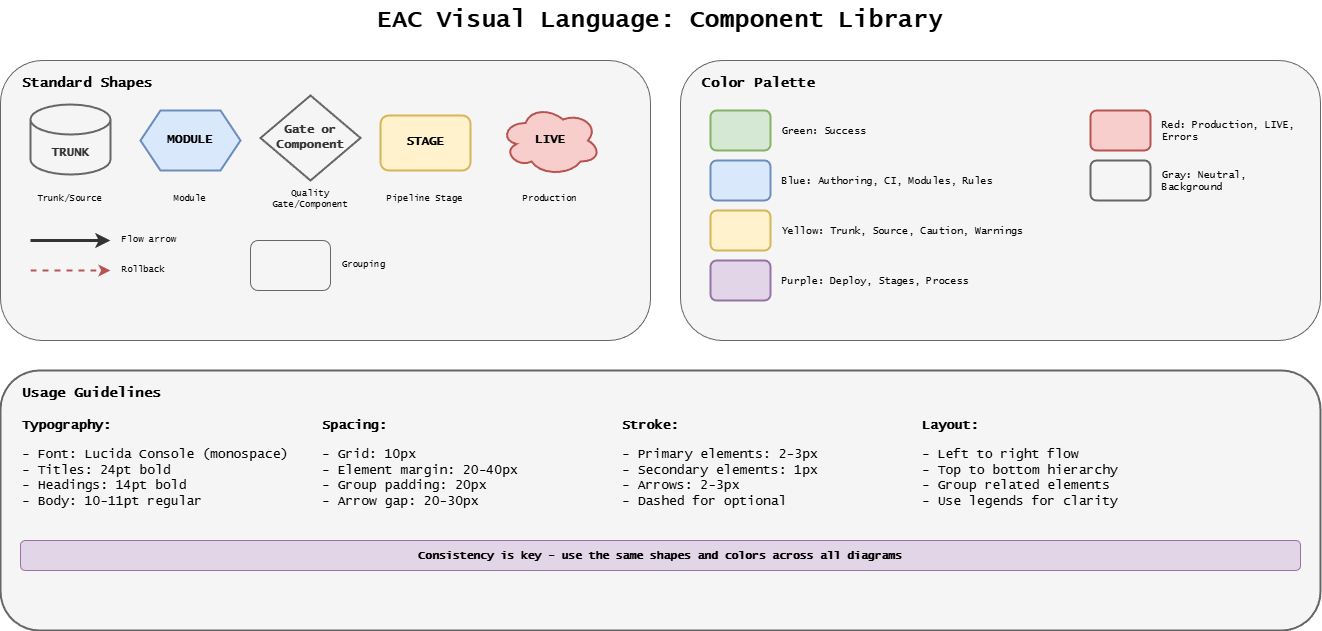
This is docs/assets/assisted/16-eac-visual-language.drawio.png from ready-to-release/eac, a draw.io export, as it was before one commit. Source tidied: cells renumbered, new cells last; positions are measured from the earlier drawing's top-left corner, leaving out a move shared by most shapes.
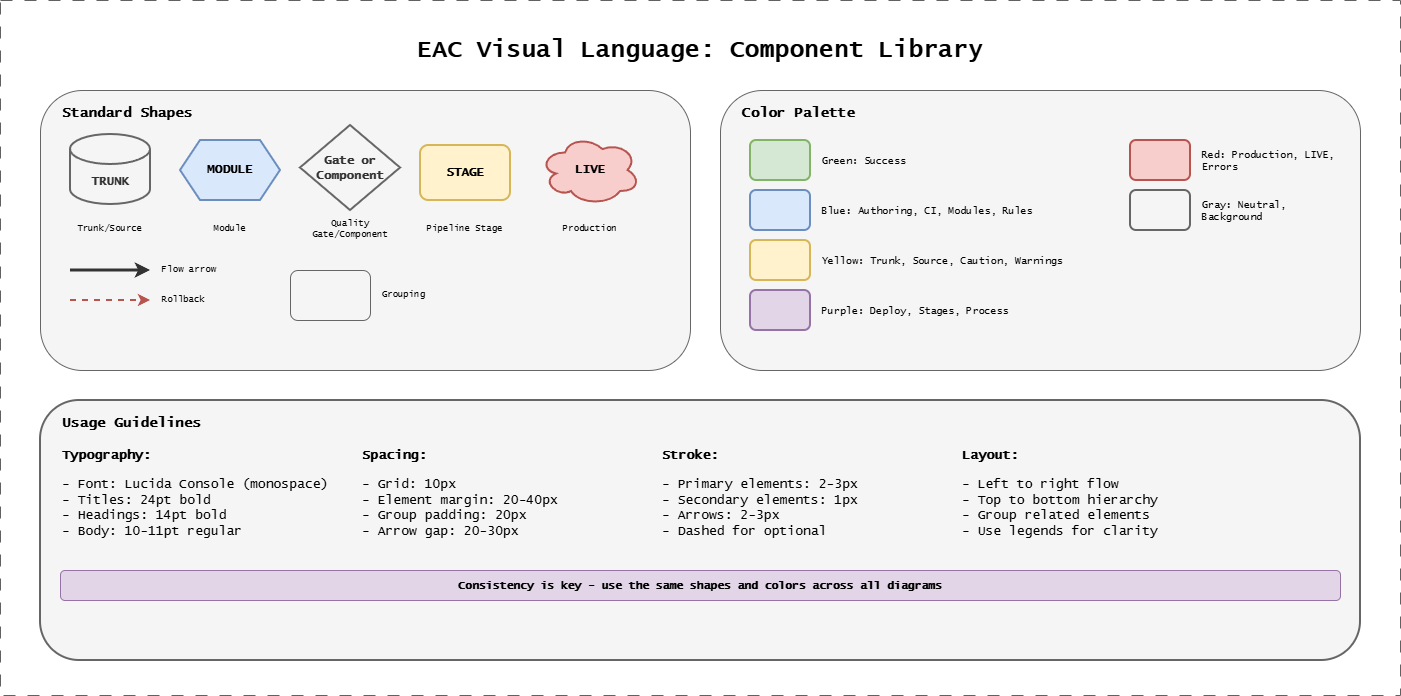
After the commit.

The edit, as a diff of the source:
```diff
@@ -140,5 +140,8 @@
     <mxCell id="45" value="Consistency is key - use the same shapes and colors across all diagrams" style="text;html=1;strokeColor=#9673a6;fillColor=#e1d5e7;align=center;verticalAlign=middle;whiteSpace=wrap;rounded=1;fontFamily=Lucida Console;fontSize=11;fontStyle=1;" parent="1" vertex="1">
       <mxGeometry x="20" y="540" width="1280" height="30" as="geometry" />
     </mxCell>
+    <mxCell id="46" style="group;strokeColor=#616161;dashed=1;dashPattern=12 12;fontFamily=Lucida Console;fontSize=19;fontStyle=1;" parent="1" vertex="1">
+      <mxGeometry x="-40" y="-30" width="1400" height="695" as="geometry" />
+    </mxCell>
   </root>
 </mxGraphModel>
```
